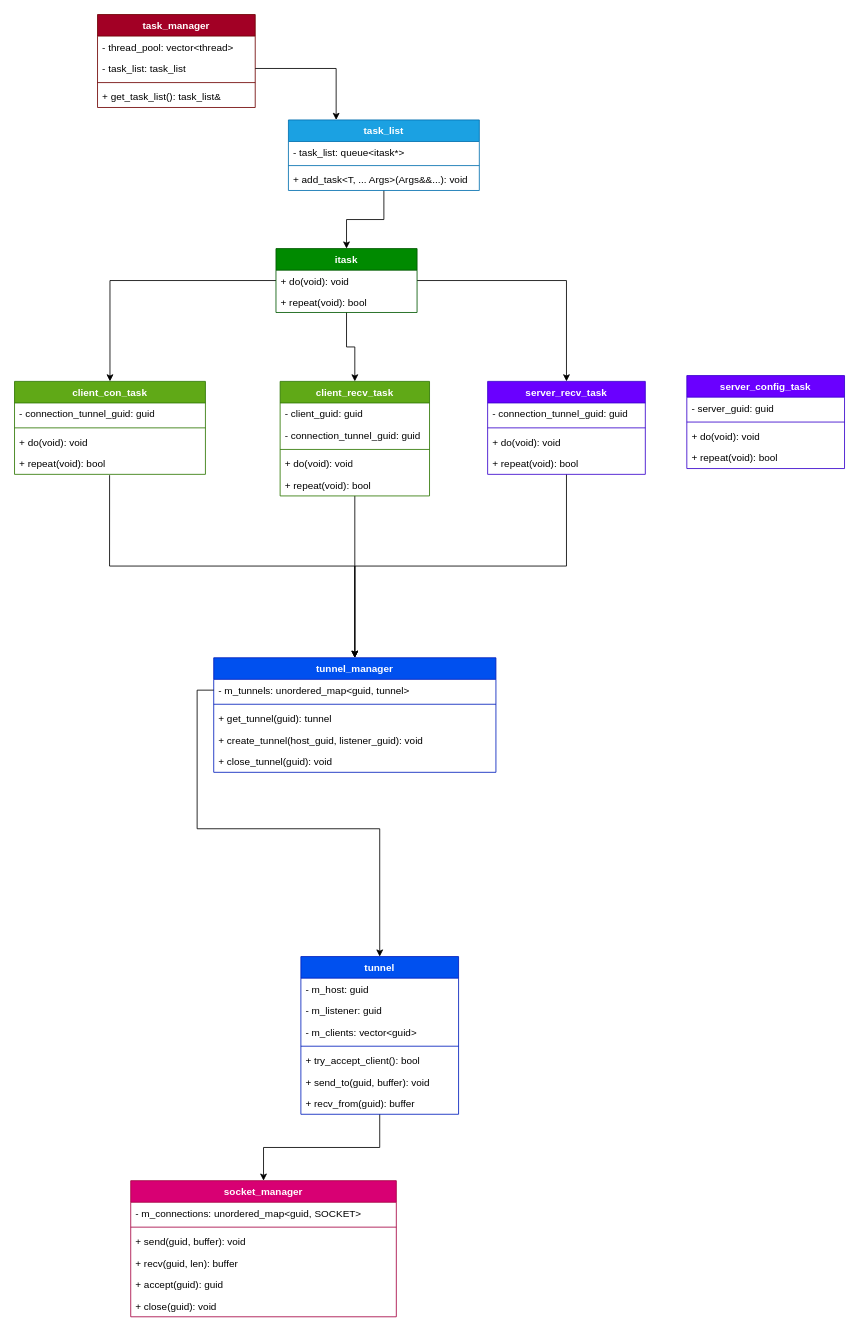
UnoPickle/reverse_proxy keeps this draw.io diagram as page "server arch" (2 of 3) of reverse_proxy.drawio. Above is the earlier version. Source tidied: cells renumbered, new cells numbered last; positions are measured from the earlier drawing's top-left corner, leaving out a move shared by most shapes. Both pictures are drawn from the tidied source at 83%, with x=0, y=0 at pixel (14, 14).
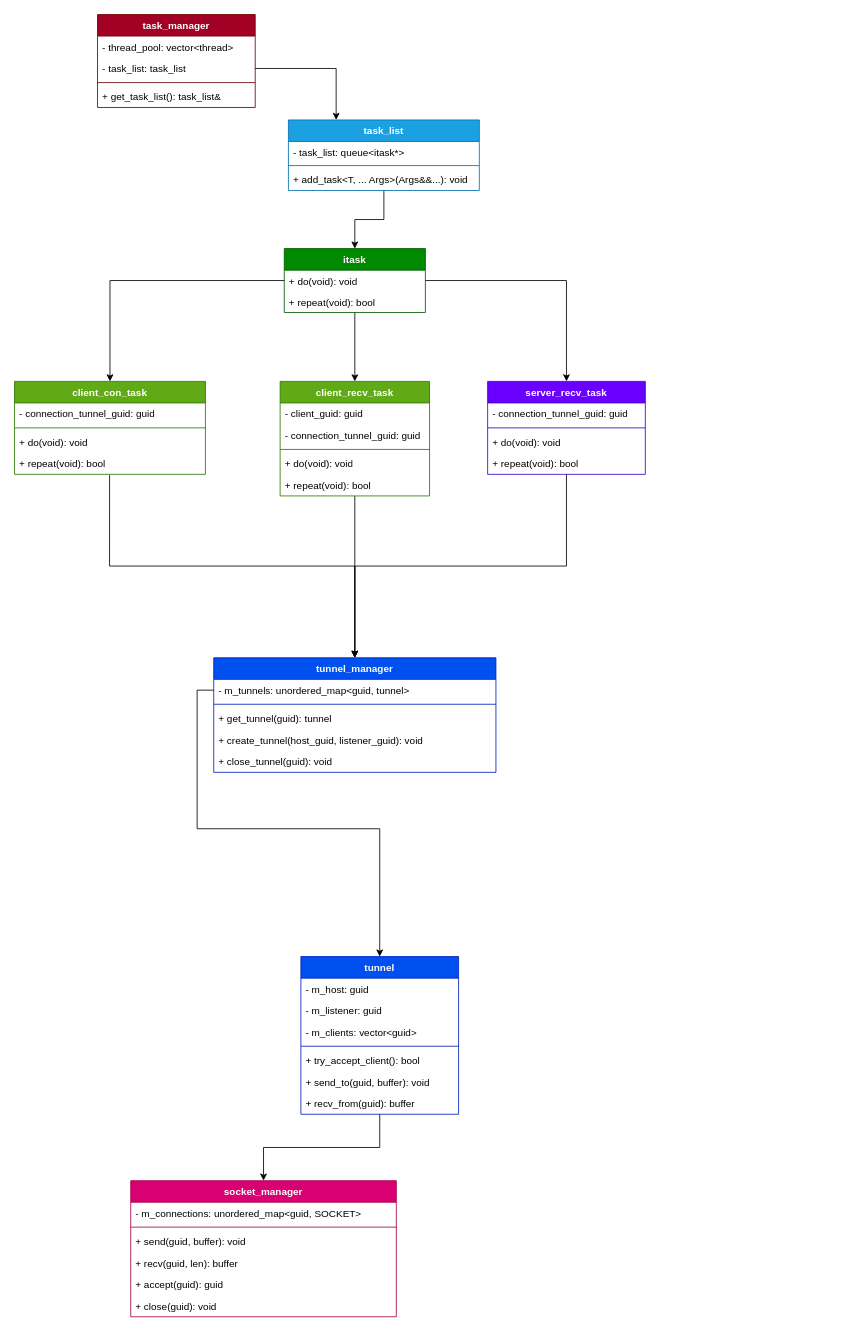
The same page after the edit.

The edit, as a diff of the source:
```diff
@@
     <mxCell id="5" value="itask" style="swimlane;fontStyle=1;align=center;verticalAlign=top;horizontal=1;startSize=26;whiteSpace=wrap;html=1;fillColor=#008a00;fontColor=#ffffff;strokeColor=#005700;" parent="1" vertex="1">
-      <mxGeometry x="315" y="282" width="170" height="77" as="geometry" />
+      <mxGeometry x="325" y="282" width="170" height="77" as="geometry" />
     </mxCell>
@@
-    <mxCell id="61" value="server_config_task" style="swimlane;fontStyle=1;align=center;verticalAlign=top;horizontal=1;startSize=26;whiteSpace=wrap;html=1;fillColor=#6a00ff;fontColor=#ffffff;strokeColor=#3700CC;" parent="1" vertex="1">
-      <mxGeometry x="810" y="435" width="190" height="112" as="geometry" />
-    </mxCell>
-    <mxCell id="62" value="- server_guid: guid" style="text;strokeColor=none;fillColor=none;align=left;verticalAlign=top;spacingLeft=4;spacingRight=4;overflow=hidden;whiteSpace=wrap;html=1;" parent="61" vertex="1">
-      <mxGeometry y="26" width="190" height="26" as="geometry" />
-    </mxCell>
-    <mxCell id="63" style="line;strokeWidth=1;fillColor=none;align=left;verticalAlign=middle;spacingTop=-1;spacingLeft=3;spacingRight=3;labelPosition=right;strokeColor=inherit;" parent="61" vertex="1">
-      <mxGeometry y="52" width="190" height="8" as="geometry" />
-    </mxCell>
-    <mxCell id="64" value="+ do(void): void" style="text;strokeColor=none;fillColor=none;align=left;verticalAlign=top;spacingLeft=4;spacingRight=4;overflow=hidden;whiteSpace=wrap;html=1;" parent="61" vertex="1">
-      <mxGeometry y="60" width="190" height="26" as="geometry" />
-    </mxCell>
-    <mxCell id="65" value="+ repeat(void): bool" style="text;strokeColor=none;fillColor=none;align=left;verticalAlign=top;spacingLeft=4;spacingRight=4;overflow=hidden;whiteSpace=wrap;html=1;" parent="61" vertex="1">
-      <mxGeometry y="86" width="190" height="26" as="geometry" />
-    </mxCell>
```
